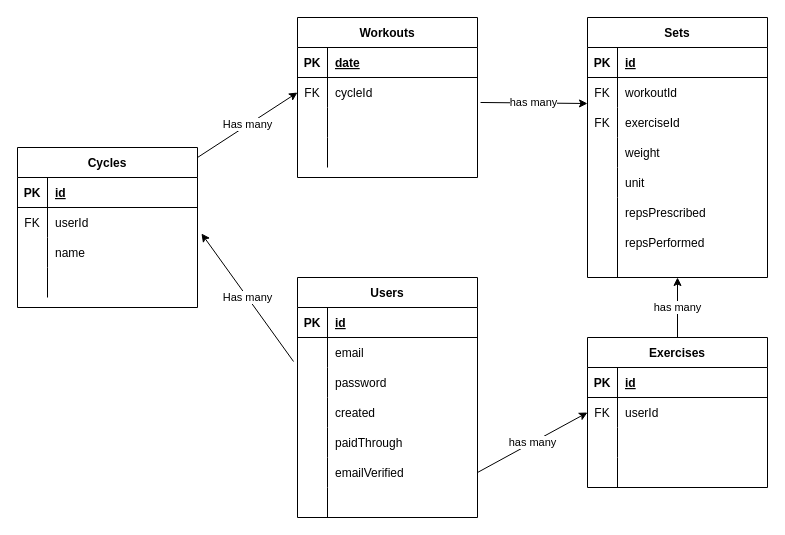
Before: Untitled Diagram.drawio in garywige/wigedev-fitness-log, a draw.io diagram. Source tidied: cells renumbered, new cells numbered last; positions are measured from the earlier drawing's top-left corner, leaving out a move shared by most shapes. Both pictures are drawn from the tidied source at 100%, with x=0, y=0 at pixel (17, 17).
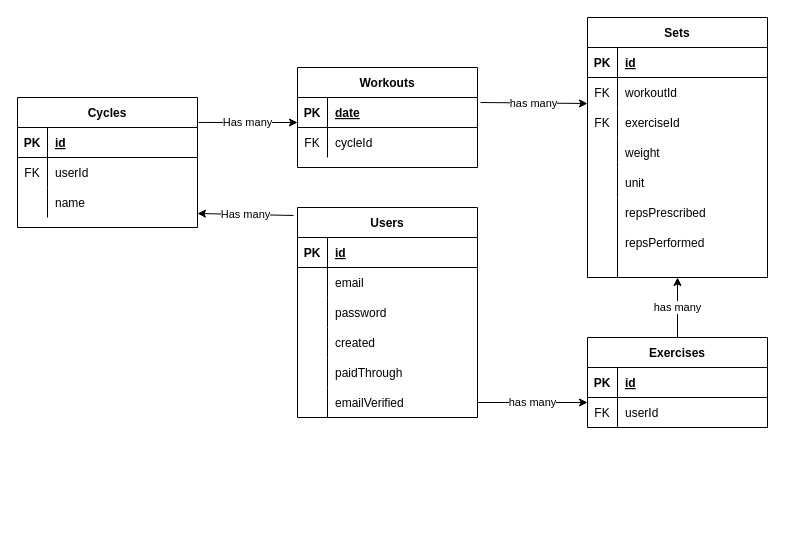
After the change.

Commit message:
adjusted appearance

The change refers to these unchanged cells:
```xml
<mxCell id="6" style="shape=tableRow;horizontal=0;startSize=0;swimlaneHead=0;swimlaneBody=0;fillColor=none;points=[[0,0.5],[1,0.5]];portConstraint=eastwest;top=0;left=0;right=0;bottom=0;" parent="2" vertex="1">
  <mxGeometry y="60" width="180" height="30" as="geometry" />
</mxCell>
<mxCell id="18" style="shape=tableRow;horizontal=0;startSize=0;swimlaneHead=0;swimlaneBody=0;fillColor=none;points=[[0,0.5],[1,0.5]];portConstraint=eastwest;top=0;left=0;right=0;bottom=0;" parent="2" vertex="1">
  <mxGeometry y="180" width="180" height="30" as="geometry" />
</mxCell>
<mxCell id="28" style="shape=tableRow;horizontal=0;startSize=0;swimlaneHead=0;swimlaneBody=0;fillColor=none;points=[[0,0.5],[1,0.5]];portConstraint=eastwest;top=0;left=0;right=0;bottom=0;" parent="24" vertex="1">
  <mxGeometry y="60" width="180" height="30" as="geometry" />
</mxCell>
<mxCell id="41" style="shape=tableRow;horizontal=0;startSize=0;swimlaneHead=0;swimlaneBody=0;fillColor=none;points=[[0,0.5],[1,0.5]];portConstraint=eastwest;top=0;left=0;right=0;bottom=0;" parent="37" vertex="1">
  <mxGeometry y="60" width="180" height="30" as="geometry" />
</mxCell>
<mxCell id="61" style="shape=tableRow;horizontal=0;startSize=0;swimlaneHead=0;swimlaneBody=0;fillColor=none;points=[[0,0.5],[1,0.5]];portConstraint=eastwest;top=0;left=0;right=0;bottom=0;" parent="57" vertex="1">
  <mxGeometry y="60" width="180" height="30" as="geometry" />
</mxCell>
<mxCell id="77" style="shape=tableRow;horizontal=0;startSize=0;swimlaneHead=0;swimlaneBody=0;fillColor=none;points=[[0,0.5],[1,0.5]];portConstraint=eastwest;top=0;left=0;right=0;bottom=0;" parent="73" vertex="1">
  <mxGeometry y="60" width="180" height="30" as="geometry" />
</mxCell>
<mxCell id="80" style="shape=tableRow;horizontal=0;startSize=0;swimlaneHead=0;swimlaneBody=0;fillColor=none;points=[[0,0.5],[1,0.5]];portConstraint=eastwest;top=0;left=0;right=0;bottom=0;" parent="73" vertex="1">
  <mxGeometry y="90" width="180" height="30" as="geometry" />
</mxCell>
```

Change to the diagram source:
```diff
@@
     <mxCell id="2" value="Users" style="shape=table;startSize=30;childLayout=tableLayout;rowLines=0;fontStyle=1;align=center;" parent="1" vertex="1">
-      <mxGeometry x="280" y="260" width="180" height="240" as="geometry" />
+      <mxGeometry x="280" y="190" width="180" height="210" as="geometry" />
     </mxCell>
@@
-    <mxCell id="21" style="shape=tableRow;horizontal=0;startSize=0;swimlaneHead=0;swimlaneBody=0;fillColor=none;top=0;left=0;right=0;bottom=0;" parent="2" vertex="1">
-      <mxGeometry y="210" width="180" height="30" as="geometry" />
-    </mxCell>
-    <mxCell id="22" style="shape=partialRectangle;fillColor=none;top=0;left=0;bottom=0;right=0;overflow=hidden;" parent="21" vertex="1">
-      <mxGeometry width="30" height="30" as="geometry" />
-    </mxCell>
-    <mxCell id="23" style="shape=partialRectangle;fillColor=none;top=0;left=0;bottom=0;right=0;align=left;spacingLeft=6;overflow=hidden;" parent="21" vertex="1">
-      <mxGeometry x="30" width="150" height="30" as="geometry" />
-    </mxCell>
     <mxCell id="24" value="Workouts" style="shape=table;startSize=30;childLayout=tableLayout;rowLines=0;fontStyle=1;align=center;" parent="1" vertex="1">
-      <mxGeometry x="280" width="180" height="160" as="geometry" />
+      <mxGeometry x="280" y="50" width="180" height="100" as="geometry" />
     </mxCell>
@@
-    <mxCell id="31" style="shape=tableRow;horizontal=0;startSize=0;swimlaneHead=0;swimlaneBody=0;fillColor=none;points=[[0,0.5],[1,0.5]];portConstraint=eastwest;top=0;left=0;right=0;bottom=0;" parent="24" vertex="1">
-      <mxGeometry y="90" width="180" height="30" as="geometry" />
-    </mxCell>
-    <mxCell id="32" style="shape=partialRectangle;fillColor=none;top=0;left=0;bottom=0;right=0;overflow=hidden;" parent="31" vertex="1">
-      <mxGeometry width="30" height="30" as="geometry" />
-    </mxCell>
-    <mxCell id="33" style="shape=partialRectangle;fillColor=none;top=0;left=0;bottom=0;right=0;align=left;spacingLeft=6;overflow=hidden;" parent="31" vertex="1">
-      <mxGeometry x="30" width="150" height="30" as="geometry" />
-    </mxCell>
-    <mxCell id="34" style="shape=tableRow;horizontal=0;startSize=0;swimlaneHead=0;swimlaneBody=0;fillColor=none;top=0;left=0;right=0;bottom=0;" parent="24" vertex="1">
-      <mxGeometry y="120" width="180" height="30" as="geometry" />
-    </mxCell>
-    <mxCell id="35" style="shape=partialRectangle;fillColor=none;top=0;left=0;bottom=0;right=0;overflow=hidden;" parent="34" vertex="1">
-      <mxGeometry width="30" height="30" as="geometry" />
-    </mxCell>
-    <mxCell id="36" style="shape=partialRectangle;fillColor=none;top=0;left=0;bottom=0;right=0;align=left;spacingLeft=6;overflow=hidden;" parent="34" vertex="1">
-      <mxGeometry x="30" width="150" height="30" as="geometry" />
-    </mxCell>
@@
-    <mxCell id="56" value="has many" style="endArrow=classic;html=1;rounded=0;exitX=1.017;exitY=-0.167;exitDx=0;exitDy=0;exitPerimeter=0;entryX=0;entryY=0.867;entryDx=0;entryDy=0;entryPerimeter=0;" parent="1" edge="1" source="31" target="41">
-      <mxGeometry relative="1" as="geometry" />
+    <mxCell id="56" value="has many" style="endArrow=classic;html=1;rounded=0;exitX=1.017;exitY=-0.167;exitDx=0;exitDy=0;exitPerimeter=0;entryX=0;entryY=0.867;entryDx=0;entryDy=0;entryPerimeter=0;" parent="1" edge="1" target="41">
+      <mxGeometry relative="1" as="geometry">
+        <mxPoint x="463.1" y="85" as="sourcePoint" />
+      </mxGeometry>
     </mxCell>
     <mxCell id="57" value="Exercises" style="shape=table;startSize=30;childLayout=tableLayout;rowLines=0;fontStyle=1;align=center;" parent="1" vertex="1">
-      <mxGeometry x="570" y="320" width="180" height="150" as="geometry" />
+      <mxGeometry x="570" y="320" width="180" height="90" as="geometry" />
     </mxCell>
@@
-    <mxCell id="63" value="userId" style="shape=partialRectangle;fillColor=none;top=0;left=0;bottom=0;right=0;align=left;spacingLeft=6;overflow=hidden;" parent="61" vertex="1">
+    <mxCell id="63" value="userId" style="shape=partialRectangle;fillColor=none;top=0;left=0;bottom=0;right=0;align=left;spacingLeft=6;overflow=hidden;strokeColor=default;" parent="61" vertex="1">
       <mxGeometry x="30" width="150" height="30" as="geometry" />
     </mxCell>
-    <mxCell id="64" style="shape=tableRow;horizontal=0;startSize=0;swimlaneHead=0;swimlaneBody=0;fillColor=none;top=0;left=0;right=0;bottom=0;" parent="57" vertex="1">
-      <mxGeometry y="90" width="180" height="30" as="geometry" />
-    </mxCell>
-    <mxCell id="65" style="shape=partialRectangle;fillColor=none;top=0;left=0;bottom=0;right=0;overflow=hidden;" parent="64" vertex="1">
-      <mxGeometry width="30" height="30" as="geometry" />
-    </mxCell>
-    <mxCell id="66" style="shape=partialRectangle;fillColor=none;top=0;left=0;bottom=0;right=0;align=left;spacingLeft=6;overflow=hidden;" parent="64" vertex="1">
-      <mxGeometry x="30" width="150" height="30" as="geometry" />
-    </mxCell>
-    <mxCell id="67" style="shape=tableRow;horizontal=0;startSize=0;swimlaneHead=0;swimlaneBody=0;fillColor=none;top=0;left=0;right=0;bottom=0;" parent="57" vertex="1">
-      <mxGeometry y="120" width="180" height="30" as="geometry" />
-    </mxCell>
-    <mxCell id="68" style="shape=partialRectangle;fillColor=none;top=0;left=0;bottom=0;right=0;overflow=hidden;" parent="67" vertex="1">
-      <mxGeometry width="30" height="30" as="geometry" />
-    </mxCell>
-    <mxCell id="69" style="shape=partialRectangle;fillColor=none;top=0;left=0;bottom=0;right=0;align=left;spacingLeft=6;overflow=hidden;" parent="67" vertex="1">
-      <mxGeometry x="30" width="150" height="30" as="geometry" />
-    </mxCell>
@@
     <mxCell id="73" value="Cycles" style="shape=table;startSize=30;childLayout=tableLayout;rowLines=0;fontStyle=1;align=center;" parent="1" vertex="1">
-      <mxGeometry y="130" width="180" height="160" as="geometry" />
+      <mxGeometry y="80" width="180" height="130" as="geometry" />
     </mxCell>
@@
-    <mxCell id="83" style="shape=tableRow;horizontal=0;startSize=0;swimlaneHead=0;swimlaneBody=0;fillColor=none;top=0;left=0;right=0;bottom=0;" parent="73" vertex="1">
-      <mxGeometry y="120" width="180" height="30" as="geometry" />
-    </mxCell>
-    <mxCell id="84" style="shape=partialRectangle;fillColor=none;top=0;left=0;bottom=0;right=0;overflow=hidden;" parent="83" vertex="1">
-      <mxGeometry width="30" height="30" as="geometry" />
-    </mxCell>
-    <mxCell id="85" style="shape=partialRectangle;fillColor=none;top=0;left=0;bottom=0;right=0;align=left;spacingLeft=6;overflow=hidden;" parent="83" vertex="1">
-      <mxGeometry x="30" width="150" height="30" as="geometry" />
-    </mxCell>
-    <mxCell id="86" value="Has many" style="endArrow=classic;html=1;rounded=0;entryX=1.022;entryY=0.867;entryDx=0;entryDy=0;entryPerimeter=0;exitX=-0.022;exitY=0.8;exitDx=0;exitDy=0;exitPerimeter=0;" parent="1" edge="1" source="6" target="77">
+    <mxCell id="86" value="Has many" style="endArrow=classic;html=1;rounded=0;exitX=-0.022;exitY=0.038;exitDx=0;exitDy=0;exitPerimeter=0;entryX=1;entryY=0.867;entryDx=0;entryDy=0;entryPerimeter=0;" parent="1" edge="1" source="2" target="80">
       <mxGeometry relative="1" as="geometry" />
     </mxCell>
-    <mxCell id="87" value="Has many" style="endArrow=classic;html=1;rounded=0;entryX=0;entryY=0.5;entryDx=0;entryDy=0;" parent="1" edge="1" target="28">
+    <mxCell id="87" value="Has many" style="endArrow=classic;html=1;rounded=0;exitX=1.006;exitY=0.192;exitDx=0;exitDy=0;exitPerimeter=0;" parent="1" edge="1" source="73">
       <mxGeometry relative="1" as="geometry">
-        <mxPoint x="180" y="140" as="sourcePoint" />
+        <mxPoint x="280" y="105" as="targetPoint" />
       </mxGeometry>
     </mxCell>
-    <mxCell id="88" value="has many" style="endArrow=classic;html=1;rounded=0;entryX=0;entryY=0.5;entryDx=0;entryDy=0;exitX=1;exitY=0.5;exitDx=0;exitDy=0;" parent="1" edge="1" source="18" target="61">
+    <mxCell id="88" value="has many" style="endArrow=classic;html=1;rounded=0;entryX=0;entryY=0.167;entryDx=0;entryDy=0;exitX=1;exitY=0.5;exitDx=0;exitDy=0;entryPerimeter=0;" parent="1" edge="1" source="18" target="61">
       <mxGeometry relative="1" as="geometry" />
     </mxCell>
```
